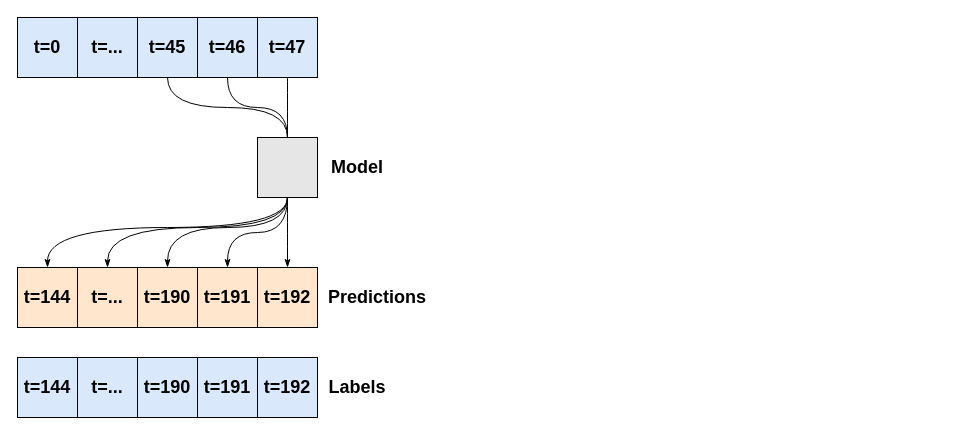
Above: page "Page-4" (4 of 4) of tfx.drawio in chanelcolgate/hydroelectric-project (draw.io), before the change. Source tidied: cells renumbered, new cells numbered last; positions are measured from the earlier drawing's top-left corner, leaving out a move shared by most shapes. Both pictures are drawn from the tidied source at 100%, with x=0, y=0 at pixel (17, 17).
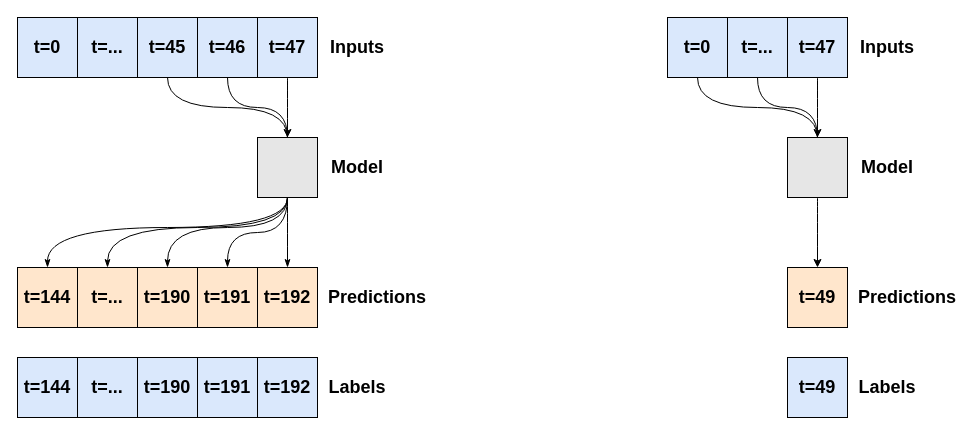
Above is the later version.

Unchanged cells that the change refers to:
```xml
<mxCell id="3" style="rounded=0;whiteSpace=wrap;html=1;fontStyle=1;fontSize=18;fillColor=#E6E6E6;strokeColor=#000000;fontColor=#0A0A0A;" parent="2" vertex="1">
  <mxGeometry width="60" height="60" as="geometry" />
</mxCell>
```

What changed in the source:
```diff
@@
-    <mxCell id="5" style="group;" parent="1" vertex="1">
-      <mxGeometry width="300" height="60" as="geometry" />
-    </mxCell>
-    <mxCell id="6" value="t=0" style="rounded=0;whiteSpace=wrap;html=1;fontStyle=1;fontSize=18;fillColor=#dae8fc;strokeColor=#000000;" parent="5" vertex="1">
-      <mxGeometry width="60" height="60" as="geometry" />
-    </mxCell>
-    <mxCell id="7" value="t=..." style="rounded=0;whiteSpace=wrap;html=1;fontStyle=1;fontSize=18;fillColor=#dae8fc;strokeColor=#000000;" parent="5" vertex="1">
-      <mxGeometry x="60" width="60" height="60" as="geometry" />
-    </mxCell>
-    <mxCell id="8" value="t=45" style="rounded=0;whiteSpace=wrap;html=1;fontStyle=1;fontSize=18;fillColor=#dae8fc;strokeColor=#000000;" parent="5" vertex="1">
-      <mxGeometry x="120" width="60" height="60" as="geometry" />
-    </mxCell>
-    <mxCell id="9" value="t=46" style="rounded=0;whiteSpace=wrap;html=1;fontStyle=1;fontSize=18;fillColor=#dae8fc;strokeColor=#000000;" parent="5" vertex="1">
-      <mxGeometry x="180" width="60" height="60" as="geometry" />
-    </mxCell>
-    <mxCell id="10" value="t=47" style="rounded=0;whiteSpace=wrap;html=1;fontStyle=1;fontSize=18;fillColor=#dae8fc;strokeColor=#000000;" parent="5" vertex="1">
-      <mxGeometry x="240" width="60" height="60" as="geometry" />
-    </mxCell>
@@
-    <mxCell id="19" style="edgeStyle=orthogonalEdgeStyle;curved=1;rounded=0;jettySize=auto;html=1;entryX=0.5;entryY=0;entryDx=0;entryDy=0;fontSize=18;fontColor=#0A0A0A;endArrow=none;endFill=0;" parent="1" edge="1" source="10" target="3">
+    <mxCell id="19" style="edgeStyle=orthogonalEdgeStyle;curved=1;rounded=0;jettySize=auto;html=1;entryX=0.5;entryY=0;entryDx=0;entryDy=0;fontSize=18;fontColor=#0A0A0A;endArrow=classic;endFill=1;" parent="1" edge="1" source="10" target="3">
       <mxGeometry relative="1" as="geometry" />
     </mxCell>
@@
+    <mxCell id="6" value="t=0" style="rounded=0;whiteSpace=wrap;html=1;fontStyle=1;fontSize=18;fillColor=#dae8fc;strokeColor=#000000;" parent="1" vertex="1">
+      <mxGeometry width="60" height="60" as="geometry" />
+    </mxCell>
+    <mxCell id="7" value="t=..." style="rounded=0;whiteSpace=wrap;html=1;fontStyle=1;fontSize=18;fillColor=#dae8fc;strokeColor=#000000;" parent="1" vertex="1">
+      <mxGeometry x="60" width="60" height="60" as="geometry" />
+    </mxCell>
+    <mxCell id="8" value="t=45" style="rounded=0;whiteSpace=wrap;html=1;fontStyle=1;fontSize=18;fillColor=#dae8fc;strokeColor=#000000;" parent="1" vertex="1">
+      <mxGeometry x="120" width="60" height="60" as="geometry" />
+    </mxCell>
+    <mxCell id="9" value="t=46" style="rounded=0;whiteSpace=wrap;html=1;fontStyle=1;fontSize=18;fillColor=#dae8fc;strokeColor=#000000;" parent="1" vertex="1">
+      <mxGeometry x="180" width="60" height="60" as="geometry" />
+    </mxCell>
+    <mxCell id="10" value="t=47" style="rounded=0;whiteSpace=wrap;html=1;fontStyle=1;fontSize=18;fillColor=#dae8fc;strokeColor=#000000;" parent="1" vertex="1">
+      <mxGeometry x="240" width="60" height="60" as="geometry" />
+    </mxCell>
+    <mxCell id="32" style="edgeStyle=orthogonalEdgeStyle;rounded=0;jettySize=auto;html=1;curved=1;endArrow=none;endFill=0;" parent="1" edge="1" source="33" target="39">
+      <mxGeometry relative="1" as="geometry">
+        <Array as="points">
+          <mxPoint x="680" y="90" />
+          <mxPoint x="800" y="90" />
+        </Array>
+      </mxGeometry>
+    </mxCell>
+    <mxCell id="33" value="t=0" style="rounded=0;whiteSpace=wrap;html=1;fontStyle=1;fontSize=18;fillColor=#dae8fc;strokeColor=#000000;" parent="1" vertex="1">
+      <mxGeometry x="650" width="60" height="60" as="geometry" />
+    </mxCell>
+    <mxCell id="34" style="edgeStyle=orthogonalEdgeStyle;curved=1;rounded=0;jettySize=auto;html=1;entryX=0.5;entryY=0;entryDx=0;entryDy=0;endArrow=none;endFill=0;" parent="1" edge="1" source="35" target="39">
+      <mxGeometry relative="1" as="geometry" />
+    </mxCell>
+    <mxCell id="35" value="t=..." style="rounded=0;whiteSpace=wrap;html=1;fontStyle=1;fontSize=18;fillColor=#dae8fc;strokeColor=#000000;" parent="1" vertex="1">
+      <mxGeometry x="710" width="60" height="60" as="geometry" />
+    </mxCell>
+    <mxCell id="36" style="edgeStyle=orthogonalEdgeStyle;curved=1;rounded=0;jettySize=auto;html=1;entryX=0.5;entryY=0;entryDx=0;entryDy=0;endArrow=classic;endFill=1;" parent="1" edge="1" source="37" target="39">
+      <mxGeometry relative="1" as="geometry" />
+    </mxCell>
+    <mxCell id="37" value="t=47" style="rounded=0;whiteSpace=wrap;html=1;fontStyle=1;fontSize=18;fillColor=#dae8fc;strokeColor=#000000;" parent="1" vertex="1">
+      <mxGeometry x="770" width="60" height="60" as="geometry" />
+    </mxCell>
+    <mxCell id="38" style="group;" parent="1" vertex="1">
+      <mxGeometry x="770" y="120" width="130" height="60" as="geometry" />
+    </mxCell>
+    <mxCell id="39" style="rounded=0;whiteSpace=wrap;html=1;fontStyle=1;fontSize=18;fillColor=#E6E6E6;strokeColor=#000000;fontColor=#0A0A0A;" parent="38" vertex="1">
+      <mxGeometry width="60" height="60" as="geometry" />
+    </mxCell>
+    <mxCell id="40" value="Model" style="text;html=1;strokeColor=none;fillColor=none;align=center;verticalAlign=middle;whiteSpace=wrap;rounded=0;fontSize=18;fontStyle=1;" parent="38" vertex="1">
+      <mxGeometry x="70" y="15" width="60" height="30" as="geometry" />
+    </mxCell>
+    <mxCell id="41" value="Inputs" style="text;html=1;strokeColor=none;fillColor=none;align=center;verticalAlign=middle;whiteSpace=wrap;rounded=0;fontSize=18;fontStyle=1;" parent="1" vertex="1">
+      <mxGeometry x="310" y="15" width="60" height="30" as="geometry" />
+    </mxCell>
+    <mxCell id="42" value="Inputs" style="text;html=1;strokeColor=none;fillColor=none;align=center;verticalAlign=middle;whiteSpace=wrap;rounded=0;fontSize=18;fontStyle=1;" parent="1" vertex="1">
+      <mxGeometry x="840" y="15" width="60" height="30" as="geometry" />
+    </mxCell>
+    <mxCell id="43" value="t=49" style="rounded=0;whiteSpace=wrap;html=1;fontStyle=1;fontSize=18;fillColor=#ffe6cc;strokeColor=#000000;" parent="1" vertex="1">
+      <mxGeometry x="770" y="250" width="60" height="60" as="geometry" />
+    </mxCell>
+    <mxCell id="44" value="t=49" style="rounded=0;whiteSpace=wrap;html=1;fontStyle=1;fontSize=18;fillColor=#dae8fc;strokeColor=#000000;" parent="1" vertex="1">
+      <mxGeometry x="770" y="340" width="60" height="60" as="geometry" />
+    </mxCell>
+    <mxCell id="45" value="Predictions" style="text;html=1;strokeColor=none;fillColor=none;align=center;verticalAlign=middle;whiteSpace=wrap;rounded=0;fontSize=18;fontStyle=1;" parent="1" vertex="1">
+      <mxGeometry x="860" y="265" width="60" height="30" as="geometry" />
+    </mxCell>
+    <mxCell id="46" value="Labels" style="text;html=1;strokeColor=none;fillColor=none;align=center;verticalAlign=middle;whiteSpace=wrap;rounded=0;fontSize=18;fontStyle=1;" parent="1" vertex="1">
+      <mxGeometry x="840" y="355" width="60" height="30" as="geometry" />
+    </mxCell>
+    <mxCell id="47" style="edgeStyle=orthogonalEdgeStyle;curved=1;rounded=0;jettySize=auto;html=1;entryX=0.5;entryY=0;entryDx=0;entryDy=0;endArrow=classic;endFill=1;" parent="1" edge="1" source="39" target="43">
+      <mxGeometry relative="1" as="geometry" />
+    </mxCell>
```
